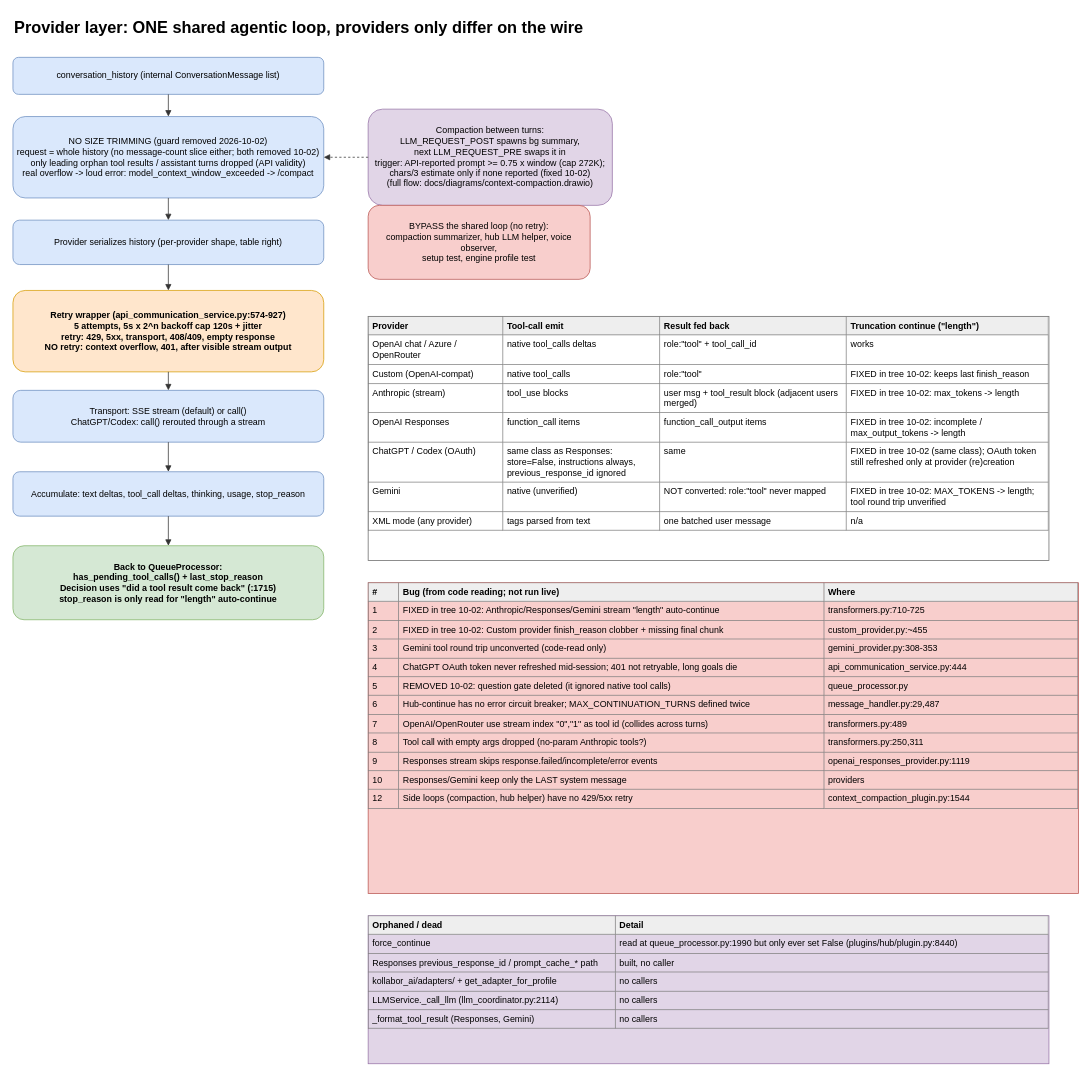
kollaborai/kollab keeps this draw.io diagram as page "3 Provider Loops" (3 of 4) of docs/diagrams/tool-call-lifecycle.drawio. Above is the earlier version. Source tidied: cells renumbered, new cells numbered last; positions are measured from the earlier drawing's top-left corner, leaving out a move shared by most shapes. Both pictures are drawn from the tidied source at 74%, with x=0, y=0 at pixel (13, 13).
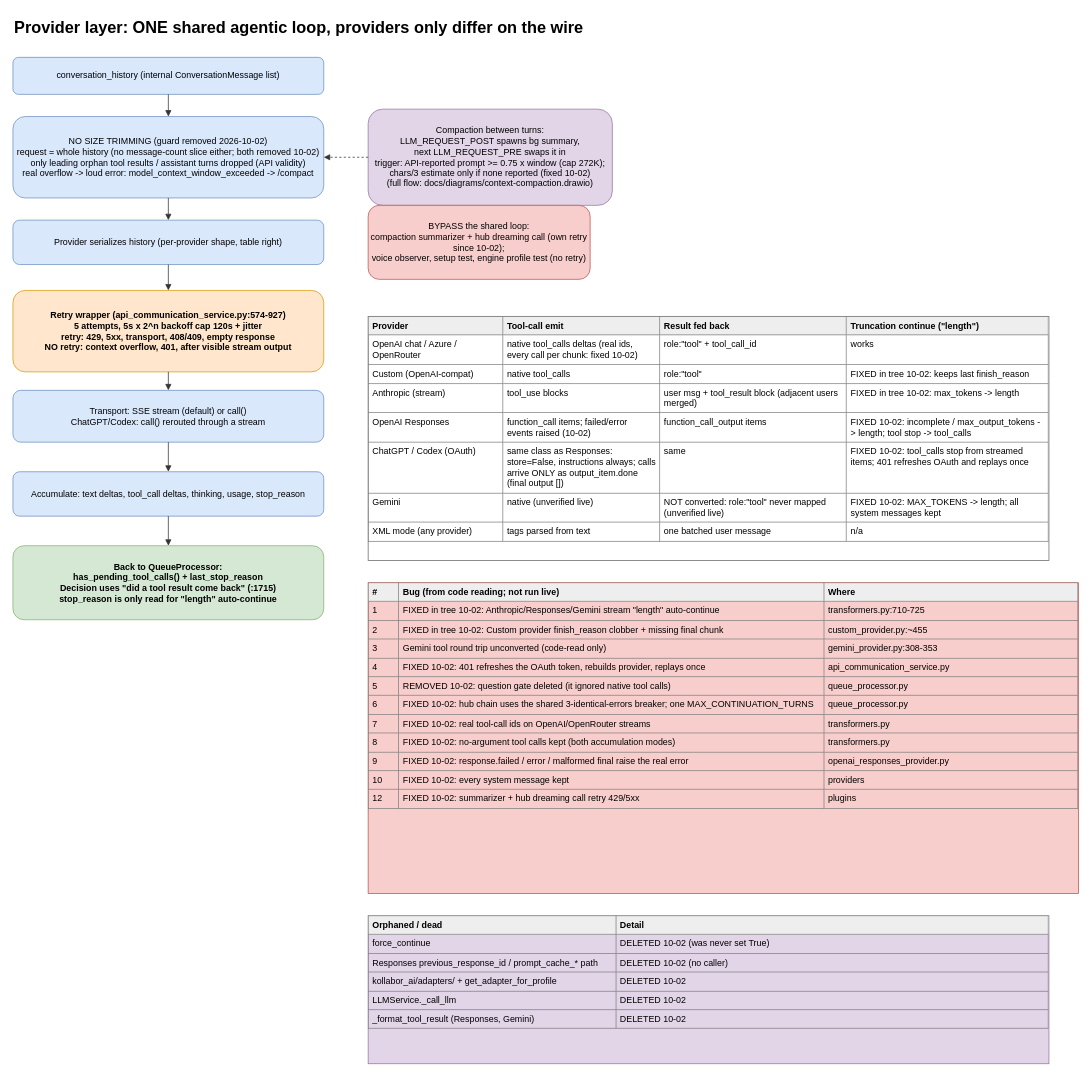
The same diagram, later.

Diff of the diagram source:
```diff
@@
-    <mxCell id="11" value="BYPASS the shared loop (no retry):&lt;br&gt;compaction summarizer, hub LLM helper, voice observer,&lt;br&gt;setup test, engine profile test" style="rounded=1;whiteSpace=wrap;html=1;fillColor=#f8cecc;strokeColor=#b85450;" parent="1" vertex="1">
+    <mxCell id="11" value="BYPASS the shared loop:&lt;br&gt;compaction summarizer + hub dreaming call (own retry since 10-02);&lt;br&gt;voice observer, setup test, engine profile test (no retry)" style="rounded=1;whiteSpace=wrap;html=1;fillColor=#f8cecc;strokeColor=#b85450;" parent="1" vertex="1">
       <mxGeometry x="480" y="260" width="300" height="100" as="geometry" />
     </mxCell>
@@
-    <mxCell id="19" value="&lt;table border=&quot;1&quot; cellpadding=&quot;5&quot; style=&quot;border-collapse:collapse;font-size:12px;width:100%&quot;&gt;&lt;tr&gt;&lt;th style=&quot;background:#eee;text-align:left;width:170px&quot;&gt;Provider&lt;/th&gt;&lt;th style=&quot;background:#eee;text-align:left;width:200px&quot;&gt;Tool-call emit&lt;/th&gt;&lt;th style=&quot;background:#eee;text-align:left;width:240px&quot;&gt;Result fed back&lt;/th&gt;&lt;th style=&quot;background:#eee;text-align:left;width:260px&quot;&gt;Truncation continue (&quot;length&quot;)&lt;/th&gt;&lt;/tr&gt;&lt;tr&gt;&lt;td valign=&quot;top&quot;&gt;OpenAI chat / Azure / OpenRouter&lt;/td&gt;&lt;td valign=&quot;top&quot;&gt;native tool_calls deltas&lt;/td&gt;&lt;td valign=&quot;top&quot;&gt;role:&quot;tool&quot; + tool_call_id&lt;/td&gt;&lt;td valign=&quot;top&quot;&gt;works&lt;/td&gt;&lt;/tr&gt;&lt;tr&gt;&lt;td valign=&quot;top&quot;&gt;Custom (OpenAI-compat)&lt;/td&gt;&lt;td valign=&quot;top&quot;&gt;native tool_calls&lt;/td&gt;&lt;td valign=&quot;top&quot;&gt;role:&quot;tool&quot;&lt;/td&gt;&lt;td valign=&quot;top&quot;&gt;FIXED in tree 10-02: keeps last finish_reason&lt;/td&gt;&lt;/tr&gt;&lt;tr&gt;&lt;td valign=&quot;top&quot;&gt;Anthropic (stream)&lt;/td&gt;&lt;td valign=&quot;top&quot;&gt;tool_use blocks&lt;/td&gt;&lt;td valign=&quot;top&quot;&gt;user msg + tool_result block (adjacent users merged)&lt;/td&gt;&lt;td valign=&quot;top&quot;&gt;FIXED in tree 10-02: max_tokens -&gt; length&lt;/td&gt;&lt;/tr&gt;&lt;tr&gt;&lt;td valign=&quot;top&quot;&gt;OpenAI Responses&lt;/td&gt;&lt;td valign=&quot;top&quot;&gt;function_call items&lt;/td&gt;&lt;td valign=&quot;top&quot;&gt;function_call_output items&lt;/td&gt;&lt;td valign=&quot;top&quot;&gt;FIXED in tree 10-02: incomplete / max_output_tokens -&gt; length&lt;/td&gt;&lt;/tr&gt;&lt;tr&gt;&lt;td valign=&quot;top&quot;&gt;ChatGPT / Codex (OAuth)&lt;/td&gt;&lt;td valign=&quot;top&quot;&gt;same class as Responses: store=False, instructions always, previous_response_id ignored&lt;/td&gt;&lt;td valign=&quot;top&quot;&gt;same&lt;/td&gt;&lt;td valign=&quot;top&quot;&gt;FIXED in tree 10-02 (same class); OAuth token still refreshed only at provider (re)creation&lt;/td&gt;&lt;/tr&gt;&lt;tr&gt;&lt;td valign=&quot;top&quot;&gt;Gemini&lt;/td&gt;&lt;td valign=&quot;top&quot;&gt;native (unverified)&lt;/td&gt;&lt;td valign=&quot;top&quot;&gt;NOT converted: role:&quot;tool&quot; never mapped&lt;/td&gt;&lt;td valign=&quot;top&quot;&gt;FIXED in tree 10-02: MAX_TOKENS -&gt; length; tool round trip unverified&lt;/td&gt;&lt;/tr&gt;&lt;tr&gt;&lt;td valign=&quot;top&quot;&gt;XML mode (any provider)&lt;/td&gt;&lt;td valign=&quot;top&quot;&gt;tags parsed from text&lt;/td&gt;&lt;td valign=&quot;top&quot;&gt;one batched user message&lt;/td&gt;&lt;td valign=&quot;top&quot;&gt;n/a&lt;/td&gt;&lt;/tr&gt;&lt;/table&gt;" style="text;html=1;whiteSpace=wrap;overflow=fill;fillColor=#fff;strokeColor=#666;" parent="1" vertex="1">
+    <mxCell id="19" value="&lt;table border=&quot;1&quot; cellpadding=&quot;5&quot; style=&quot;border-collapse:collapse;font-size:12px;width:100%&quot;&gt;&lt;tr&gt;&lt;th style=&quot;background:#eee;text-align:left;width:170px&quot;&gt;Provider&lt;/th&gt;&lt;th style=&quot;background:#eee;text-align:left;width:200px&quot;&gt;Tool-call emit&lt;/th&gt;&lt;th style=&quot;background:#eee;text-align:left;width:240px&quot;&gt;Result fed back&lt;/th&gt;&lt;th style=&quot;background:#eee;text-align:left;width:260px&quot;&gt;Truncation continue (&quot;length&quot;)&lt;/th&gt;&lt;/tr&gt;&lt;tr&gt;&lt;td valign=&quot;top&quot;&gt;OpenAI chat / Azure / OpenRouter&lt;/td&gt;&lt;td valign=&quot;top&quot;&gt;native tool_calls deltas (real ids, every call per chunk: fixed 10-02)&lt;/td&gt;&lt;td valign=&quot;top&quot;&gt;role:&quot;tool&quot; + tool_call_id&lt;/td&gt;&lt;td valign=&quot;top&quot;&gt;works&lt;/td&gt;&lt;/tr&gt;&lt;tr&gt;&lt;td valign=&quot;top&quot;&gt;Custom (OpenAI-compat)&lt;/td&gt;&lt;td valign=&quot;top&quot;&gt;native tool_calls&lt;/td&gt;&lt;td valign=&quot;top&quot;&gt;role:&quot;tool&quot;&lt;/td&gt;&lt;td valign=&quot;top&quot;&gt;FIXED in tree 10-02: keeps last finish_reason&lt;/td&gt;&lt;/tr&gt;&lt;tr&gt;&lt;td valign=&quot;top&quot;&gt;Anthropic (stream)&lt;/td&gt;&lt;td valign=&quot;top&quot;&gt;tool_use blocks&lt;/td&gt;&lt;td valign=&quot;top&quot;&gt;user msg + tool_result block (adjacent users merged)&lt;/td&gt;&lt;td valign=&quot;top&quot;&gt;FIXED in tree 10-02: max_tokens -&gt; length&lt;/td&gt;&lt;/tr&gt;&lt;tr&gt;&lt;td valign=&quot;top&quot;&gt;OpenAI Responses&lt;/td&gt;&lt;td valign=&quot;top&quot;&gt;function_call items; failed/error events raised (10-02)&lt;/td&gt;&lt;td valign=&quot;top&quot;&gt;function_call_output items&lt;/td&gt;&lt;td valign=&quot;top&quot;&gt;FIXED 10-02: incomplete / max_output_tokens -&gt; length; tool stop -&gt; tool_calls&lt;/td&gt;&lt;/tr&gt;&lt;tr&gt;&lt;td valign=&quot;top&quot;&gt;ChatGPT / Codex (OAuth)&lt;/td&gt;&lt;td valign=&quot;top&quot;&gt;same class as Responses: store=False, instructions always; calls arrive ONLY as output_item.done (final output [])&lt;/td&gt;&lt;td valign=&quot;top&quot;&gt;same&lt;/td&gt;&lt;td valign=&quot;top&quot;&gt;FIXED 10-02: tool_calls stop from streamed items; 401 refreshes OAuth and replays once&lt;/td&gt;&lt;/tr&gt;&lt;tr&gt;&lt;td valign=&quot;top&quot;&gt;Gemini&lt;/td&gt;&lt;td valign=&quot;top&quot;&gt;native (unverified live)&lt;/td&gt;&lt;td valign=&quot;top&quot;&gt;NOT converted: role:&quot;tool&quot; never mapped (unverified live)&lt;/td&gt;&lt;td valign=&quot;top&quot;&gt;FIXED 10-02: MAX_TOKENS -&gt; length; all system messages kept&lt;/td&gt;&lt;/tr&gt;&lt;tr&gt;&lt;td valign=&quot;top&quot;&gt;XML mode (any provider)&lt;/td&gt;&lt;td valign=&quot;top&quot;&gt;tags parsed from text&lt;/td&gt;&lt;td valign=&quot;top&quot;&gt;one batched user message&lt;/td&gt;&lt;td valign=&quot;top&quot;&gt;n/a&lt;/td&gt;&lt;/tr&gt;&lt;/table&gt;" style="text;html=1;whiteSpace=wrap;overflow=fill;fillColor=#fff;strokeColor=#666;" parent="1" vertex="1">
       <mxGeometry x="480" y="410" width="920" height="330" as="geometry" />
     </mxCell>
-    <mxCell id="20" value="&lt;table border=&quot;1&quot; cellpadding=&quot;5&quot; style=&quot;border-collapse:collapse;font-size:12px;width:100%&quot;&gt;&lt;tr&gt;&lt;th style=&quot;background:#eee;text-align:left;width:30px&quot;&gt;#&lt;/th&gt;&lt;th style=&quot;background:#eee;text-align:left;width:560px&quot;&gt;Bug (from code reading; not run live)&lt;/th&gt;&lt;th style=&quot;background:#eee;text-align:left;width:330px&quot;&gt;Where&lt;/th&gt;&lt;/tr&gt;&lt;tr&gt;&lt;td valign=&quot;top&quot;&gt;1&lt;/td&gt;&lt;td valign=&quot;top&quot;&gt;FIXED in tree 10-02: Anthropic/Responses/Gemini stream &quot;length&quot; auto-continue&lt;/td&gt;&lt;td valign=&quot;top&quot;&gt;transformers.py:710-725&lt;/td&gt;&lt;/tr&gt;&lt;tr&gt;&lt;td valign=&quot;top&quot;&gt;2&lt;/td&gt;&lt;td valign=&quot;top&quot;&gt;FIXED in tree 10-02: Custom provider finish_reason clobber + missing final chunk&lt;/td&gt;&lt;td valign=&quot;top&quot;&gt;custom_provider.py:~455&lt;/td&gt;&lt;/tr&gt;&lt;tr&gt;&lt;td valign=&quot;top&quot;&gt;3&lt;/td&gt;&lt;td valign=&quot;top&quot;&gt;Gemini tool round trip unconverted (code-read only)&lt;/td&gt;&lt;td valign=&quot;top&quot;&gt;gemini_provider.py:308-353&lt;/td&gt;&lt;/tr&gt;&lt;tr&gt;&lt;td valign=&quot;top&quot;&gt;4&lt;/td&gt;&lt;td valign=&quot;top&quot;&gt;ChatGPT OAuth token never refreshed mid-session; 401 not retryable, long goals die&lt;/td&gt;&lt;td valign=&quot;top&quot;&gt;api_communication_service.py:444&lt;/td&gt;&lt;/tr&gt;&lt;tr&gt;&lt;td valign=&quot;top&quot;&gt;5&lt;/td&gt;&lt;td valign=&quot;top&quot;&gt;REMOVED 10-02: question gate deleted (it ignored native tool calls)&lt;/td&gt;&lt;td valign=&quot;top&quot;&gt;queue_processor.py&lt;/td&gt;&lt;/tr&gt;&lt;tr&gt;&lt;td valign=&quot;top&quot;&gt;6&lt;/td&gt;&lt;td valign=&quot;top&quot;&gt;Hub-continue has no error circuit breaker; MAX_CONTINUATION_TURNS defined twice&lt;/td&gt;&lt;td valign=&quot;top&quot;&gt;message_handler.py:29,487&lt;/td&gt;&lt;/tr&gt;&lt;tr&gt;&lt;td valign=&quot;top&quot;&gt;7&lt;/td&gt;&lt;td valign=&quot;top&quot;&gt;OpenAI/OpenRouter use stream index &quot;0&quot;,&quot;1&quot; as tool id (collides across turns)&lt;/td&gt;&lt;td valign=&quot;top&quot;&gt;transformers.py:489&lt;/td&gt;&lt;/tr&gt;&lt;tr&gt;&lt;td valign=&quot;top&quot;&gt;8&lt;/td&gt;&lt;td valign=&quot;top&quot;&gt;Tool call with empty args dropped (no-param Anthropic tools?)&lt;/td&gt;&lt;td valign=&quot;top&quot;&gt;transformers.py:250,311&lt;/td&gt;&lt;/tr&gt;&lt;tr&gt;&lt;td valign=&quot;top&quot;&gt;9&lt;/td&gt;&lt;td valign=&quot;top&quot;&gt;Responses stream skips response.failed/incomplete/error events&lt;/td&gt;&lt;td valign=&quot;top&quot;&gt;openai_responses_provider.py:1119&lt;/td&gt;&lt;/tr&gt;&lt;tr&gt;&lt;td valign=&quot;top&quot;&gt;10&lt;/td&gt;&lt;td valign=&quot;top&quot;&gt;Responses/Gemini keep only the LAST system message&lt;/td&gt;&lt;td valign=&quot;top&quot;&gt;providers&lt;/td&gt;&lt;/tr&gt;&lt;tr&gt;&lt;td valign=&quot;top&quot;&gt;12&lt;/td&gt;&lt;td valign=&quot;top&quot;&gt;Side loops (compaction, hub helper) have no 429/5xx retry&lt;/td&gt;&lt;td valign=&quot;top&quot;&gt;context_compaction_plugin.py:1544&lt;/td&gt;&lt;/tr&gt;&lt;/table&gt;" style="text;html=1;whiteSpace=wrap;overflow=fill;fillColor=#f8cecc;strokeColor=#b85450;" parent="1" vertex="1">
+    <mxCell id="20" value="&lt;table border=&quot;1&quot; cellpadding=&quot;5&quot; style=&quot;border-collapse:collapse;font-size:12px;width:100%&quot;&gt;&lt;tr&gt;&lt;th style=&quot;background:#eee;text-align:left;width:30px&quot;&gt;#&lt;/th&gt;&lt;th style=&quot;background:#eee;text-align:left;width:560px&quot;&gt;Bug (from code reading; not run live)&lt;/th&gt;&lt;th style=&quot;background:#eee;text-align:left;width:330px&quot;&gt;Where&lt;/th&gt;&lt;/tr&gt;&lt;tr&gt;&lt;td valign=&quot;top&quot;&gt;1&lt;/td&gt;&lt;td valign=&quot;top&quot;&gt;FIXED in tree 10-02: Anthropic/Responses/Gemini stream &quot;length&quot; auto-continue&lt;/td&gt;&lt;td valign=&quot;top&quot;&gt;transformers.py:710-725&lt;/td&gt;&lt;/tr&gt;&lt;tr&gt;&lt;td valign=&quot;top&quot;&gt;2&lt;/td&gt;&lt;td valign=&quot;top&quot;&gt;FIXED in tree 10-02: Custom provider finish_reason clobber + missing final chunk&lt;/td&gt;&lt;td valign=&quot;top&quot;&gt;custom_provider.py:~455&lt;/td&gt;&lt;/tr&gt;&lt;tr&gt;&lt;td valign=&quot;top&quot;&gt;3&lt;/td&gt;&lt;td valign=&quot;top&quot;&gt;Gemini tool round trip unconverted (code-read only)&lt;/td&gt;&lt;td valign=&quot;top&quot;&gt;gemini_provider.py:308-353&lt;/td&gt;&lt;/tr&gt;&lt;tr&gt;&lt;td valign=&quot;top&quot;&gt;4&lt;/td&gt;&lt;td valign=&quot;top&quot;&gt;FIXED 10-02: 401 refreshes the OAuth token, rebuilds provider, replays once&lt;/td&gt;&lt;td valign=&quot;top&quot;&gt;api_communication_service.py&lt;/td&gt;&lt;/tr&gt;&lt;tr&gt;&lt;td valign=&quot;top&quot;&gt;5&lt;/td&gt;&lt;td valign=&quot;top&quot;&gt;REMOVED 10-02: question gate deleted (it ignored native tool calls)&lt;/td&gt;&lt;td valign=&quot;top&quot;&gt;queue_processor.py&lt;/td&gt;&lt;/tr&gt;&lt;tr&gt;&lt;td valign=&quot;top&quot;&gt;6&lt;/td&gt;&lt;td valign=&quot;top&quot;&gt;FIXED 10-02: hub chain uses the shared 3-identical-errors breaker; one MAX_CONTINUATION_TURNS&lt;/td&gt;&lt;td valign=&quot;top&quot;&gt;queue_processor.py&lt;/td&gt;&lt;/tr&gt;&lt;tr&gt;&lt;td valign=&quot;top&quot;&gt;7&lt;/td&gt;&lt;td valign=&quot;top&quot;&gt;FIXED 10-02: real tool-call ids on OpenAI/OpenRouter streams&lt;/td&gt;&lt;td valign=&quot;top&quot;&gt;transformers.py&lt;/td&gt;&lt;/tr&gt;&lt;tr&gt;&lt;td valign=&quot;top&quot;&gt;8&lt;/td&gt;&lt;td valign=&quot;top&quot;&gt;FIXED 10-02: no-argument tool calls kept (both accumulation modes)&lt;/td&gt;&lt;td valign=&quot;top&quot;&gt;transformers.py&lt;/td&gt;&lt;/tr&gt;&lt;tr&gt;&lt;td valign=&quot;top&quot;&gt;9&lt;/td&gt;&lt;td valign=&quot;top&quot;&gt;FIXED 10-02: response.failed / error / malformed final raise the real error&lt;/td&gt;&lt;td valign=&quot;top&quot;&gt;openai_responses_provider.py&lt;/td&gt;&lt;/tr&gt;&lt;tr&gt;&lt;td valign=&quot;top&quot;&gt;10&lt;/td&gt;&lt;td valign=&quot;top&quot;&gt;FIXED 10-02: every system message kept&lt;/td&gt;&lt;td valign=&quot;top&quot;&gt;providers&lt;/td&gt;&lt;/tr&gt;&lt;tr&gt;&lt;td valign=&quot;top&quot;&gt;12&lt;/td&gt;&lt;td valign=&quot;top&quot;&gt;FIXED 10-02: summarizer + hub dreaming call retry 429/5xx&lt;/td&gt;&lt;td valign=&quot;top&quot;&gt;plugins&lt;/td&gt;&lt;/tr&gt;&lt;/table&gt;" style="text;html=1;whiteSpace=wrap;overflow=fill;fillColor=#f8cecc;strokeColor=#b85450;" parent="1" vertex="1">
       <mxGeometry x="480" y="770" width="960" height="420" as="geometry" />
     </mxCell>
-    <mxCell id="21" value="&lt;table border=&quot;1&quot; cellpadding=&quot;5&quot; style=&quot;border-collapse:collapse;font-size:12px;width:100%&quot;&gt;&lt;tr&gt;&lt;th style=&quot;background:#eee;text-align:left;width:330px&quot;&gt;Orphaned / dead&lt;/th&gt;&lt;th style=&quot;background:#eee;text-align:left;width:590px&quot;&gt;Detail&lt;/th&gt;&lt;/tr&gt;&lt;tr&gt;&lt;td valign=&quot;top&quot;&gt;force_continue&lt;/td&gt;&lt;td valign=&quot;top&quot;&gt;read at queue_processor.py:1990 but only ever set False (plugins/hub/plugin.py:8440)&lt;/td&gt;&lt;/tr&gt;&lt;tr&gt;&lt;td valign=&quot;top&quot;&gt;Responses previous_response_id / prompt_cache_* path&lt;/td&gt;&lt;td valign=&quot;top&quot;&gt;built, no caller&lt;/td&gt;&lt;/tr&gt;&lt;tr&gt;&lt;td valign=&quot;top&quot;&gt;kollabor_ai/adapters/ + get_adapter_for_profile&lt;/td&gt;&lt;td valign=&quot;top&quot;&gt;no callers&lt;/td&gt;&lt;/tr&gt;&lt;tr&gt;&lt;td valign=&quot;top&quot;&gt;LLMService._call_llm (llm_coordinator.py:2114)&lt;/td&gt;&lt;td valign=&quot;top&quot;&gt;no callers&lt;/td&gt;&lt;/tr&gt;&lt;tr&gt;&lt;td valign=&quot;top&quot;&gt;_format_tool_result (Responses, Gemini)&lt;/td&gt;&lt;td valign=&quot;top&quot;&gt;no callers&lt;/td&gt;&lt;/tr&gt;&lt;/table&gt;" style="text;html=1;whiteSpace=wrap;overflow=fill;fillColor=#e1d5e7;strokeColor=#9673a6;" parent="1" vertex="1">
+    <mxCell id="21" value="&lt;table border=&quot;1&quot; cellpadding=&quot;5&quot; style=&quot;border-collapse:collapse;font-size:12px;width:100%&quot;&gt;&lt;tr&gt;&lt;th style=&quot;background:#eee;text-align:left;width:330px&quot;&gt;Orphaned / dead&lt;/th&gt;&lt;th style=&quot;background:#eee;text-align:left;width:590px&quot;&gt;Detail&lt;/th&gt;&lt;/tr&gt;&lt;tr&gt;&lt;td valign=&quot;top&quot;&gt;force_continue&lt;/td&gt;&lt;td valign=&quot;top&quot;&gt;DELETED 10-02 (was never set True)&lt;/td&gt;&lt;/tr&gt;&lt;tr&gt;&lt;td valign=&quot;top&quot;&gt;Responses previous_response_id / prompt_cache_* path&lt;/td&gt;&lt;td valign=&quot;top&quot;&gt;DELETED 10-02 (no caller)&lt;/td&gt;&lt;/tr&gt;&lt;tr&gt;&lt;td valign=&quot;top&quot;&gt;kollabor_ai/adapters/ + get_adapter_for_profile&lt;/td&gt;&lt;td valign=&quot;top&quot;&gt;DELETED 10-02&lt;/td&gt;&lt;/tr&gt;&lt;tr&gt;&lt;td valign=&quot;top&quot;&gt;LLMService._call_llm&lt;/td&gt;&lt;td valign=&quot;top&quot;&gt;DELETED 10-02&lt;/td&gt;&lt;/tr&gt;&lt;tr&gt;&lt;td valign=&quot;top&quot;&gt;_format_tool_result (Responses, Gemini)&lt;/td&gt;&lt;td valign=&quot;top&quot;&gt;DELETED 10-02&lt;/td&gt;&lt;/tr&gt;&lt;/table&gt;" style="text;html=1;whiteSpace=wrap;overflow=fill;fillColor=#e1d5e7;strokeColor=#9673a6;" parent="1" vertex="1">
       <mxGeometry x="480" y="1220" width="920" height="200" as="geometry" />
     </mxCell>
```
